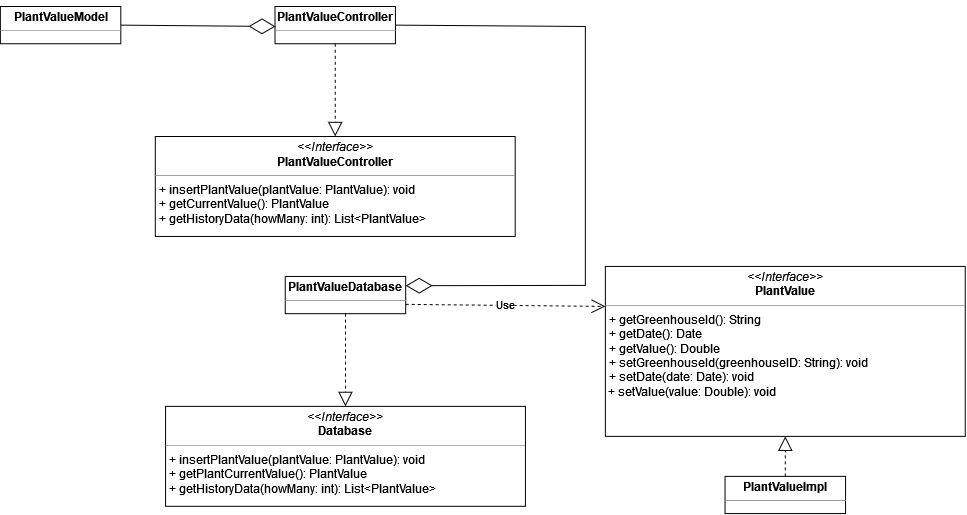
SmartGreenhouse-PC/Report keeps this draw.io diagram as docs/design/detailedDesign/img/classi_esempio_persistenza.png. Above is the earlier version. Source tidied: cells renumbered, new cells last; positions are measured from the earlier drawing's top-left corner, leaving out a move shared by most shapes.
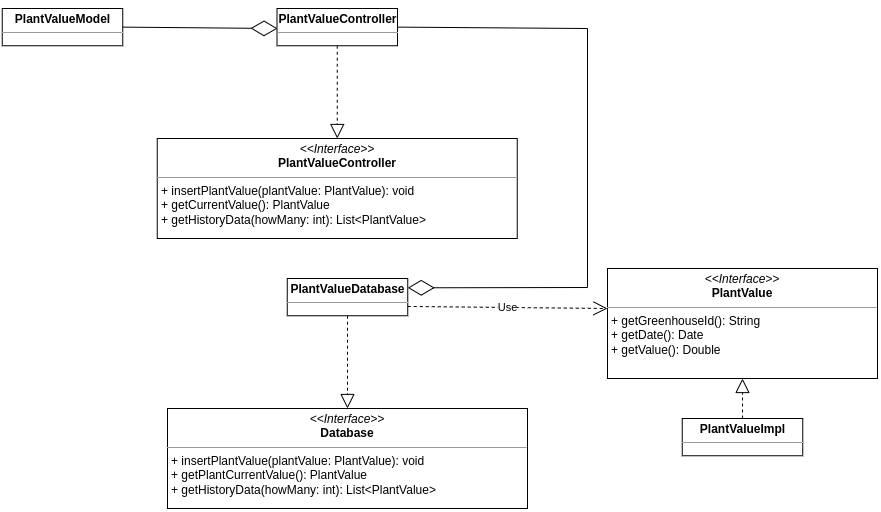
The same file after the commit.

Change to the diagram source:
```diff
@@ -36,11 +36,11 @@
     <mxCell id="10" style="endArrow=block;dashed=1;endFill=0;endSize=12;html=1;rounded=0;exitX=0.5;exitY=1;exitDx=0;exitDy=0;entryX=0.5;entryY=0;entryDx=0;entryDy=0;" parent="1" edge="1" source="5" target="4">
       <mxGeometry relative="1" as="geometry" />
     </mxCell>
-    <mxCell id="11" value="&lt;p style=&quot;margin:0px;margin-top:4px;text-align:center;&quot;&gt;&lt;i&gt;&amp;lt;&amp;lt;Interface&amp;gt;&amp;gt;&lt;/i&gt;&lt;br&gt;&lt;b&gt;PlantValue&lt;/b&gt;&lt;br&gt;&lt;/p&gt;&lt;hr size=&quot;1&quot;&gt;&lt;p style=&quot;margin:0px;margin-left:4px;&quot;&gt;+ getGreenhouseId(): String&lt;/p&gt;&lt;p style=&quot;margin:0px;margin-left:4px;&quot;&gt;+ getDate(): Date&lt;br&gt;&lt;/p&gt;&lt;p style=&quot;margin:0px;margin-left:4px;&quot;&gt;+ getValue(): Double&lt;br&gt;&lt;/p&gt;&lt;p style=&quot;margin:0px;margin-left:4px;&quot;&gt;+ setGreenhouseId(greenhouseID: String): void&lt;br&gt;&lt;/p&gt;&lt;p style=&quot;margin:0px;margin-left:4px;&quot;&gt;+ setDate(date: Date): void&lt;br&gt;&lt;/p&gt;&amp;nbsp;+ setValue(value: Double): void&lt;br&gt;&lt;p style=&quot;margin:0px;margin-left:4px;&quot;&gt;&lt;/p&gt;" style="verticalAlign=top;align=left;overflow=fill;fontSize=12;fontFamily=Helvetica;html=1;" parent="1" vertex="1">
-      <mxGeometry x="605" y="260" width="360" height="170" as="geometry" />
+    <mxCell id="11" value="&lt;p style=&quot;margin:0px;margin-top:4px;text-align:center;&quot;&gt;&lt;i&gt;&amp;lt;&amp;lt;Interface&amp;gt;&amp;gt;&lt;/i&gt;&lt;br&gt;&lt;b&gt;PlantValue&lt;/b&gt;&lt;br&gt;&lt;/p&gt;&lt;hr size=&quot;1&quot;&gt;&lt;p style=&quot;margin:0px;margin-left:4px;&quot;&gt;+ getGreenhouseId(): String&lt;/p&gt;&lt;p style=&quot;margin:0px;margin-left:4px;&quot;&gt;+ getDate(): Date&lt;br&gt;&lt;/p&gt;&lt;p style=&quot;margin:0px;margin-left:4px;&quot;&gt;+ getValue(): Double&lt;/p&gt;&lt;br&gt;&lt;p style=&quot;margin:0px;margin-left:4px;&quot;&gt;&lt;/p&gt;" style="verticalAlign=top;align=left;overflow=fill;fontSize=12;fontFamily=Helvetica;html=1;" parent="1" vertex="1">
+      <mxGeometry x="605" y="260" width="270" height="110" as="geometry" />
     </mxCell>
     <mxCell id="12" value="&lt;p style=&quot;margin:0px;margin-top:4px;text-align:center;&quot;&gt;&lt;b&gt;PlantValueImpl&lt;/b&gt;&lt;br&gt;&lt;/p&gt;&lt;hr size=&quot;1&quot;&gt;&lt;p style=&quot;margin:0px;margin-left:4px;&quot;&gt;&lt;br&gt;&lt;/p&gt;" style="verticalAlign=top;align=left;overflow=fill;fontSize=12;fontFamily=Helvetica;html=1;" parent="1" vertex="1">
-      <mxGeometry x="724.8" y="470" width="120.5" height="37.2" as="geometry" />
+      <mxGeometry x="679.8" y="410" width="120.5" height="37.2" as="geometry" />
     </mxCell>
     <mxCell id="13" style="endArrow=block;dashed=1;endFill=0;endSize=12;html=1;rounded=0;entryX=0.5;entryY=1;entryDx=0;entryDy=0;" parent="1" edge="1" source="12" target="11">
       <mxGeometry relative="1" as="geometry" />
```
